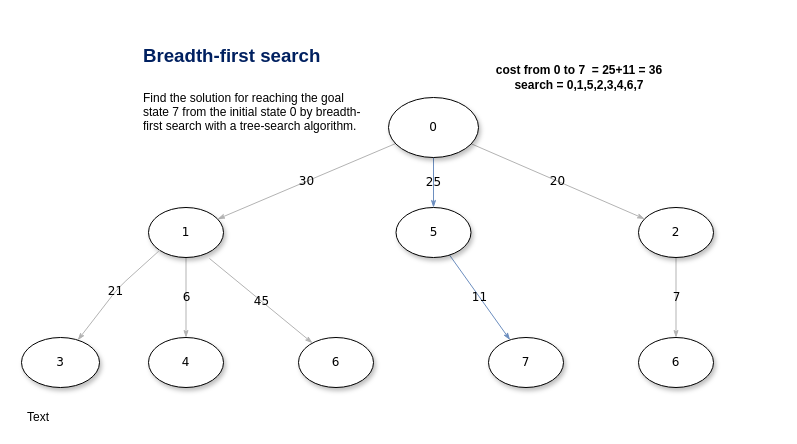
EiderDiaz/IntelligentSystems_Assigments keeps this draw.io diagram as Assigment2/bfs1.drawio. Above is the earlier version. Source tidied: cells renumbered, new cells numbered last; positions are measured from the earlier drawing's top-left corner, leaving out a move shared by most shapes. Both pictures are drawn from the tidied source at 100%, with x=0, y=0 at pixel (18, 27).
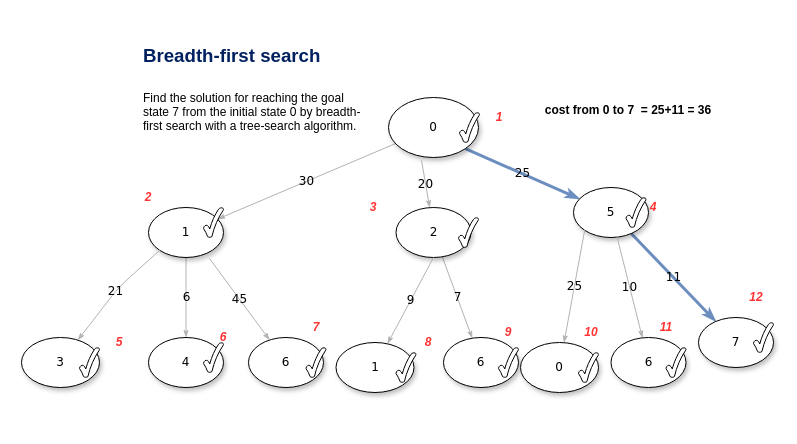
After the change.

The change refers to these unchanged cells:
```xml
<mxCell id="5" value="0" style="ellipse;whiteSpace=wrap;html=1;rounded=0;shadow=1;comic=0;labelBackgroundColor=none;strokeColor=#000000;strokeWidth=1;fillColor=#FFFFFF;fontFamily=Verdana;fontSize=12;fontColor=#000000;align=center;" parent="1" vertex="1">
  <mxGeometry x="370" y="70" width="90" height="60" as="geometry" />
</mxCell>
```

The edit, as a diff of the source:
```diff
@@
-    <mxCell id="2" value="25" style="edgeStyle=none;rounded=1;html=1;labelBackgroundColor=none;startArrow=none;startFill=0;startSize=5;endArrow=classicThin;endFill=1;endSize=5;jettySize=auto;strokeColor=#6c8ebf;strokeWidth=1;fontFamily=Verdana;fontSize=12;fontColor=#000000;fillColor=#dae8fc;" parent="1" edge="1" source="5" target="8">
+    <mxCell id="2" value="25" style="edgeStyle=none;rounded=1;html=1;labelBackgroundColor=none;startArrow=none;startFill=0;startSize=5;endArrow=classicThin;endFill=1;endSize=5;jettySize=auto;strokeColor=#6c8ebf;strokeWidth=3;fontFamily=Verdana;fontSize=12;fontColor=#000000;fillColor=#dae8fc;exitX=1;exitY=1;exitDx=0;exitDy=0;" parent="1" edge="1" source="5" target="8">
       <mxGeometry relative="1" as="geometry" />
     </mxCell>
@@
-    <mxCell id="4" value="20" style="edgeStyle=none;rounded=1;html=1;labelBackgroundColor=none;startArrow=none;startFill=0;startSize=5;endArrow=classicThin;endFill=1;endSize=5;jettySize=auto;strokeColor=#B3B3B3;strokeWidth=1;fontFamily=Verdana;fontSize=12;fontColor=#000000;" parent="1" edge="1" source="5" target="10">
+    <mxCell id="4" value="20" style="edgeStyle=none;rounded=1;html=1;labelBackgroundColor=none;startArrow=none;startFill=0;startSize=5;endArrow=classicThin;endFill=1;endSize=5;jettySize=auto;strokeColor=#B3B3B3;strokeWidth=1;fontFamily=Verdana;fontSize=12;fontColor=#000000;exitX=0.367;exitY=1.05;exitDx=0;exitDy=0;exitPerimeter=0;" parent="1" edge="1" source="5" target="10">
       <mxGeometry relative="1" as="geometry" />
     </mxCell>
@@
-    <mxCell id="7" value="11" style="edgeStyle=none;rounded=1;html=1;labelBackgroundColor=none;startArrow=none;startFill=0;startSize=5;endArrow=classicThin;endFill=1;endSize=5;jettySize=auto;strokeColor=#6c8ebf;strokeWidth=1;fontFamily=Verdana;fontSize=12;fontColor=#000000;fillColor=#dae8fc;" parent="1" edge="1" source="8" target="12">
+    <mxCell id="7" value="11" style="edgeStyle=none;rounded=1;html=1;labelBackgroundColor=none;startArrow=none;startFill=0;startSize=5;endArrow=classicThin;endFill=1;endSize=5;jettySize=auto;strokeColor=#6c8ebf;strokeWidth=3;fontFamily=Verdana;fontSize=12;fontColor=#000000;fillColor=#dae8fc;" parent="1" edge="1" source="8" target="12">
       <mxGeometry relative="1" as="geometry" />
     </mxCell>
     <mxCell id="8" value="&lt;span&gt;5&lt;/span&gt;" style="ellipse;whiteSpace=wrap;html=1;rounded=0;shadow=1;comic=0;labelBackgroundColor=none;strokeColor=#000000;strokeWidth=1;fillColor=#FFFFFF;fontFamily=Verdana;fontSize=12;fontColor=#000000;align=center;" parent="1" vertex="1">
-      <mxGeometry x="377.5" y="180" width="75" height="50" as="geometry" />
+      <mxGeometry x="555" y="160" width="75" height="50" as="geometry" />
     </mxCell>
@@
     <mxCell id="10" value="&lt;span&gt;2&lt;/span&gt;" style="ellipse;whiteSpace=wrap;html=1;rounded=0;shadow=1;comic=0;labelBackgroundColor=none;strokeColor=#000000;strokeWidth=1;fillColor=#FFFFFF;fontFamily=Verdana;fontSize=12;fontColor=#000000;align=center;" parent="1" vertex="1">
-      <mxGeometry x="620" y="180" width="75" height="50" as="geometry" />
+      <mxGeometry x="377.5" y="180" width="75" height="50" as="geometry" />
     </mxCell>
     <mxCell id="11" value="&lt;span&gt;6&lt;/span&gt;" style="ellipse;whiteSpace=wrap;html=1;rounded=0;shadow=1;comic=0;labelBackgroundColor=none;strokeColor=#000000;strokeWidth=1;fillColor=#FFFFFF;fontFamily=Verdana;fontSize=12;fontColor=#000000;align=center;" parent="1" vertex="1">
-      <mxGeometry x="620" y="310" width="75" height="50" as="geometry" />
+      <mxGeometry x="425" y="310" width="75" height="50" as="geometry" />
     </mxCell>
     <mxCell id="12" value="&lt;span&gt;7&lt;/span&gt;" style="ellipse;whiteSpace=wrap;html=1;rounded=0;shadow=1;comic=0;labelBackgroundColor=none;strokeColor=#000000;strokeWidth=1;fillColor=#FFFFFF;fontFamily=Verdana;fontSize=12;fontColor=#000000;align=center;" parent="1" vertex="1">
-      <mxGeometry x="470" y="310" width="75" height="50" as="geometry" />
+      <mxGeometry x="680" y="290" width="75" height="50" as="geometry" />
     </mxCell>
     <mxCell id="13" value="&lt;span&gt;6&lt;/span&gt;" style="ellipse;whiteSpace=wrap;html=1;rounded=0;shadow=1;comic=0;labelBackgroundColor=none;strokeColor=#000000;strokeWidth=1;fillColor=#FFFFFF;fontFamily=Verdana;fontSize=12;fontColor=#000000;align=center;" parent="1" vertex="1">
-      <mxGeometry x="280" y="310" width="75" height="50" as="geometry" />
+      <mxGeometry x="230" y="310" width="75" height="50" as="geometry" />
     </mxCell>
@@
-    <mxCell id="20" value="Text" style="text;html=1;strokeColor=none;fillColor=none;align=center;verticalAlign=middle;whiteSpace=wrap;rounded=0;" parent="1" vertex="1">
-      <mxGeometry y="380" width="40" height="20" as="geometry" />
-    </mxCell>
-    <mxCell id="21" value="&lt;b&gt;cost from 0 to 7&amp;nbsp; = 25+11 = 36&lt;br&gt;search = 0,1,5,2,3,4,6,7&lt;br&gt;&lt;/b&gt;" style="text;html=1;strokeColor=none;fillColor=none;align=center;verticalAlign=middle;whiteSpace=wrap;rounded=0;" parent="1" vertex="1">
-      <mxGeometry x="461" y="30" width="200" height="40" as="geometry" />
+    <mxCell id="21" value="&lt;b&gt;cost from 0 to 7&amp;nbsp; = 25+11 = 36&lt;br&gt;&lt;br&gt;&lt;/b&gt;" style="text;html=1;strokeColor=none;fillColor=none;align=center;verticalAlign=middle;whiteSpace=wrap;rounded=0;" parent="1" vertex="1">
+      <mxGeometry x="510" y="70" width="200" height="40" as="geometry" />
     </mxCell>
+    <mxCell id="22" value="&lt;b&gt;&lt;i&gt;&lt;font color=&quot;#ff3333&quot;&gt;1&lt;/font&gt;&lt;/i&gt;&lt;/b&gt;" style="text;html=1;strokeColor=none;fillColor=none;align=center;verticalAlign=middle;whiteSpace=wrap;rounded=0;" parent="1" vertex="1">
+      <mxGeometry x="461" y="80" width="40" height="20" as="geometry" />
+    </mxCell>
+    <mxCell id="23" value="&lt;b&gt;&lt;i&gt;&lt;font color=&quot;#ff3333&quot;&gt;2&lt;/font&gt;&lt;/i&gt;&lt;/b&gt;" style="text;html=1;strokeColor=none;fillColor=none;align=center;verticalAlign=middle;whiteSpace=wrap;rounded=0;" parent="1" vertex="1">
+      <mxGeometry x="110" y="160" width="40" height="20" as="geometry" />
+    </mxCell>
+    <mxCell id="24" value="&lt;b&gt;&lt;i&gt;&lt;font color=&quot;#ff3333&quot;&gt;3&lt;/font&gt;&lt;/i&gt;&lt;/b&gt;" style="text;html=1;strokeColor=none;fillColor=none;align=center;verticalAlign=middle;whiteSpace=wrap;rounded=0;" parent="1" vertex="1">
+      <mxGeometry x="335" y="170" width="40" height="20" as="geometry" />
+    </mxCell>
+    <mxCell id="25" value="&lt;b&gt;&lt;i&gt;&lt;font color=&quot;#ff3333&quot;&gt;4&lt;/font&gt;&lt;/i&gt;&lt;/b&gt;" style="text;html=1;strokeColor=none;fillColor=none;align=center;verticalAlign=middle;whiteSpace=wrap;rounded=0;" parent="1" vertex="1">
+      <mxGeometry x="615" y="170" width="40" height="20" as="geometry" />
+    </mxCell>
+    <mxCell id="26" value="&lt;b&gt;&lt;i&gt;&lt;font color=&quot;#ff3333&quot;&gt;5&lt;/font&gt;&lt;/i&gt;&lt;/b&gt;" style="text;html=1;strokeColor=none;fillColor=none;align=center;verticalAlign=middle;whiteSpace=wrap;rounded=0;" parent="1" vertex="1">
+      <mxGeometry x="81" y="305" width="40" height="20" as="geometry" />
+    </mxCell>
+    <mxCell id="27" value="&lt;b&gt;&lt;i&gt;&lt;font color=&quot;#ff3333&quot;&gt;6&lt;/font&gt;&lt;/i&gt;&lt;/b&gt;" style="text;html=1;strokeColor=none;fillColor=none;align=center;verticalAlign=middle;whiteSpace=wrap;rounded=0;" parent="1" vertex="1">
+      <mxGeometry x="185" y="300" width="40" height="20" as="geometry" />
+    </mxCell>
+    <mxCell id="28" value="&lt;b&gt;&lt;i&gt;&lt;font color=&quot;#ff3333&quot;&gt;7&lt;/font&gt;&lt;/i&gt;&lt;/b&gt;" style="text;html=1;strokeColor=none;fillColor=none;align=center;verticalAlign=middle;whiteSpace=wrap;rounded=0;" parent="1" vertex="1">
+      <mxGeometry x="277.5" y="290" width="40" height="20" as="geometry" />
+    </mxCell>
+    <mxCell id="29" value="9" style="edgeStyle=none;rounded=1;html=1;labelBackgroundColor=none;startArrow=none;startFill=0;startSize=5;endArrow=classicThin;endFill=1;endSize=5;jettySize=auto;strokeColor=#B3B3B3;strokeWidth=1;fontFamily=Verdana;fontSize=12;fontColor=#000000;exitX=0.5;exitY=1;exitDx=0;exitDy=0;" parent="1" edge="1" source="10" target="30">
+      <mxGeometry relative="1" as="geometry" />
+    </mxCell>
+    <mxCell id="30" value="&lt;span&gt;1&lt;/span&gt;" style="ellipse;whiteSpace=wrap;html=1;rounded=0;shadow=1;comic=0;labelBackgroundColor=none;strokeColor=#000000;strokeWidth=1;fillColor=#FFFFFF;fontFamily=Verdana;fontSize=12;fontColor=#000000;align=center;" parent="1" vertex="1">
+      <mxGeometry x="317.5" y="315" width="78" height="50" as="geometry" />
+    </mxCell>
+    <mxCell id="31" value="&lt;b&gt;&lt;i&gt;&lt;font color=&quot;#ff3333&quot;&gt;8&lt;/font&gt;&lt;/i&gt;&lt;/b&gt;" style="text;html=1;strokeColor=none;fillColor=none;align=center;verticalAlign=middle;whiteSpace=wrap;rounded=0;" parent="1" vertex="1">
+      <mxGeometry x="390" y="305" width="40" height="20" as="geometry" />
+    </mxCell>
+    <mxCell id="32" value="&lt;b&gt;&lt;i&gt;&lt;font color=&quot;#ff3333&quot;&gt;9&lt;/font&gt;&lt;/i&gt;&lt;/b&gt;" style="text;html=1;strokeColor=none;fillColor=none;align=center;verticalAlign=middle;whiteSpace=wrap;rounded=0;" parent="1" vertex="1">
+      <mxGeometry x="470" y="295" width="40" height="20" as="geometry" />
+    </mxCell>
+    <mxCell id="33" value="10" style="edgeStyle=none;rounded=1;html=1;labelBackgroundColor=none;startArrow=none;startFill=0;startSize=5;endArrow=classicThin;endFill=1;endSize=5;jettySize=auto;strokeColor=#B3B3B3;strokeWidth=1;fontFamily=Verdana;fontSize=12;fontColor=#000000;" parent="1" edge="1" source="8" target="34">
+      <mxGeometry relative="1" as="geometry" />
+    </mxCell>
+    <mxCell id="34" value="&lt;span&gt;6&lt;/span&gt;" style="ellipse;whiteSpace=wrap;html=1;rounded=0;shadow=1;comic=0;labelBackgroundColor=none;strokeColor=#000000;strokeWidth=1;fillColor=#FFFFFF;fontFamily=Verdana;fontSize=12;fontColor=#000000;align=center;" parent="1" vertex="1">
+      <mxGeometry x="592.5" y="310" width="75" height="50" as="geometry" />
+    </mxCell>
+    <mxCell id="35" value="25" style="edgeStyle=none;rounded=1;html=1;labelBackgroundColor=none;startArrow=none;startFill=0;startSize=5;endArrow=classicThin;endFill=1;endSize=5;jettySize=auto;strokeColor=#B3B3B3;strokeWidth=1;fontFamily=Verdana;fontSize=12;fontColor=#000000;exitX=0;exitY=1;exitDx=0;exitDy=0;" parent="1" edge="1" source="8" target="36">
+      <mxGeometry relative="1" as="geometry" />
+    </mxCell>
+    <mxCell id="36" value="&lt;span&gt;0&lt;/span&gt;" style="ellipse;whiteSpace=wrap;html=1;rounded=0;shadow=1;comic=0;labelBackgroundColor=none;strokeColor=#000000;strokeWidth=1;fillColor=#FFFFFF;fontFamily=Verdana;fontSize=12;fontColor=#000000;align=center;" parent="1" vertex="1">
+      <mxGeometry x="502" y="315" width="78" height="50" as="geometry" />
+    </mxCell>
+    <mxCell id="37" value="&lt;b&gt;&lt;i&gt;&lt;font color=&quot;#ff3333&quot;&gt;10&lt;/font&gt;&lt;/i&gt;&lt;/b&gt;" style="text;html=1;strokeColor=none;fillColor=none;align=center;verticalAlign=middle;whiteSpace=wrap;rounded=0;" parent="1" vertex="1">
+      <mxGeometry x="552.5" y="295" width="40" height="20" as="geometry" />
+    </mxCell>
+    <mxCell id="38" value="&lt;b&gt;&lt;i&gt;&lt;font color=&quot;#ff3333&quot;&gt;11&lt;/font&gt;&lt;/i&gt;&lt;/b&gt;" style="text;html=1;strokeColor=none;fillColor=none;align=center;verticalAlign=middle;whiteSpace=wrap;rounded=0;" parent="1" vertex="1">
+      <mxGeometry x="627.5" y="290" width="40" height="20" as="geometry" />
+    </mxCell>
+    <mxCell id="39" value="&lt;b&gt;&lt;i&gt;&lt;font color=&quot;#ff3333&quot;&gt;12&lt;/font&gt;&lt;/i&gt;&lt;/b&gt;" style="text;html=1;strokeColor=none;fillColor=none;align=center;verticalAlign=middle;whiteSpace=wrap;rounded=0;" parent="1" vertex="1">
+      <mxGeometry x="717.5" y="260" width="40" height="20" as="geometry" />
+    </mxCell>
+    <mxCell id="40" style="verticalLabelPosition=bottom;verticalAlign=top;html=1;shape=mxgraph.basic.tick;labelBackgroundColor=none;fontColor=none;" parent="1" vertex="1">
+      <mxGeometry x="185" y="180" width="20" height="30" as="geometry" />
+    </mxCell>
+    <mxCell id="41" style="verticalLabelPosition=bottom;verticalAlign=top;html=1;shape=mxgraph.basic.tick;labelBackgroundColor=none;fontColor=none;" parent="1" vertex="1">
+      <mxGeometry x="440" y="190" width="20" height="30" as="geometry" />
+    </mxCell>
+    <mxCell id="42" style="verticalLabelPosition=bottom;verticalAlign=top;html=1;shape=mxgraph.basic.tick;labelBackgroundColor=none;fontColor=none;" parent="1" vertex="1">
+      <mxGeometry x="441" y="85" width="20" height="30" as="geometry" />
+    </mxCell>
+    <mxCell id="43" style="verticalLabelPosition=bottom;verticalAlign=top;html=1;shape=mxgraph.basic.tick;labelBackgroundColor=none;fontColor=none;" parent="1" vertex="1">
+      <mxGeometry x="735" y="295" width="20" height="30" as="geometry" />
+    </mxCell>
+    <mxCell id="44" style="verticalLabelPosition=bottom;verticalAlign=top;html=1;shape=mxgraph.basic.tick;labelBackgroundColor=none;fontColor=none;" parent="1" vertex="1">
+      <mxGeometry x="647.5" y="320" width="20" height="30" as="geometry" />
+    </mxCell>
+    <mxCell id="45" style="verticalLabelPosition=bottom;verticalAlign=top;html=1;shape=mxgraph.basic.tick;labelBackgroundColor=none;fontColor=none;" parent="1" vertex="1">
+      <mxGeometry x="480" y="320" width="20" height="30" as="geometry" />
+    </mxCell>
+    <mxCell id="46" style="verticalLabelPosition=bottom;verticalAlign=top;html=1;shape=mxgraph.basic.tick;labelBackgroundColor=none;fontColor=none;" parent="1" vertex="1">
+      <mxGeometry x="560" y="325" width="20" height="30" as="geometry" />
+    </mxCell>
+    <mxCell id="47" style="verticalLabelPosition=bottom;verticalAlign=top;html=1;shape=mxgraph.basic.tick;labelBackgroundColor=none;fontColor=none;" parent="1" vertex="1">
+      <mxGeometry x="377.5" y="325" width="20" height="30" as="geometry" />
+    </mxCell>
+    <mxCell id="48" style="verticalLabelPosition=bottom;verticalAlign=top;html=1;shape=mxgraph.basic.tick;labelBackgroundColor=none;fontColor=none;" parent="1" vertex="1">
+      <mxGeometry x="287.5" y="320" width="20" height="30" as="geometry" />
+    </mxCell>
+    <mxCell id="49" style="verticalLabelPosition=bottom;verticalAlign=top;html=1;shape=mxgraph.basic.tick;labelBackgroundColor=none;fontColor=none;" parent="1" vertex="1">
+      <mxGeometry x="61" y="320" width="20" height="30" as="geometry" />
+    </mxCell>
+    <mxCell id="50" style="verticalLabelPosition=bottom;verticalAlign=top;html=1;shape=mxgraph.basic.tick;labelBackgroundColor=none;fontColor=none;" parent="1" vertex="1">
+      <mxGeometry x="185" y="315" width="20" height="30" as="geometry" />
+    </mxCell>
+    <mxCell id="51" style="verticalLabelPosition=bottom;verticalAlign=top;html=1;shape=mxgraph.basic.tick;labelBackgroundColor=none;fontColor=none;" parent="1" vertex="1">
+      <mxGeometry x="607.5" y="170" width="20" height="30" as="geometry" />
+    </mxCell>
```
